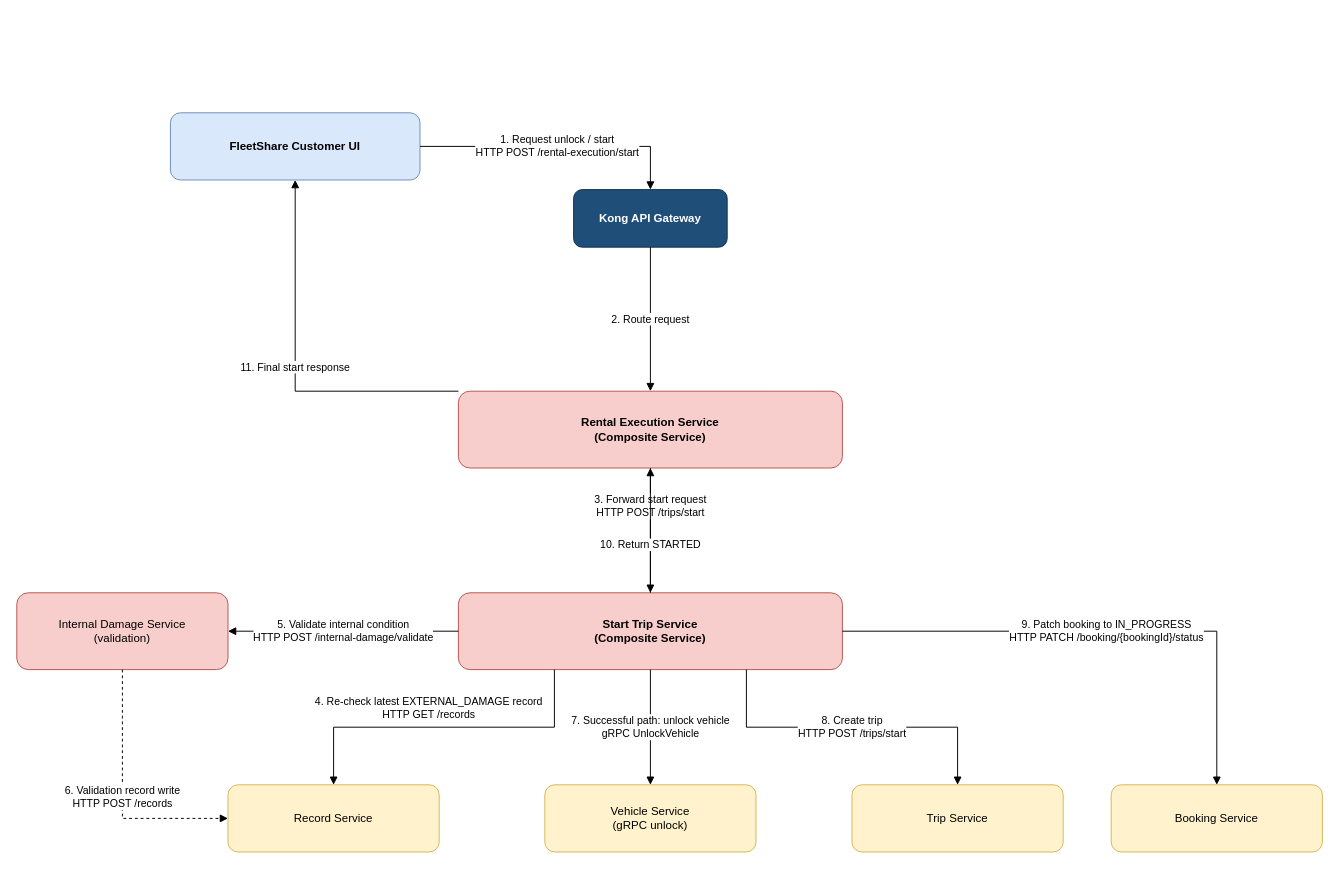
Earlier version of the draw.io diagram docs/report/us2b-start-trip.drawio (srikartejab/fleetshare). Source tidied: cells renumbered, new cells numbered last; positions are measured from the earlier drawing's top-left corner, leaving out a move shared by most shapes. Both pictures are drawn from the tidied source at 96%, with x=0, y=0 at pixel (16, 112).
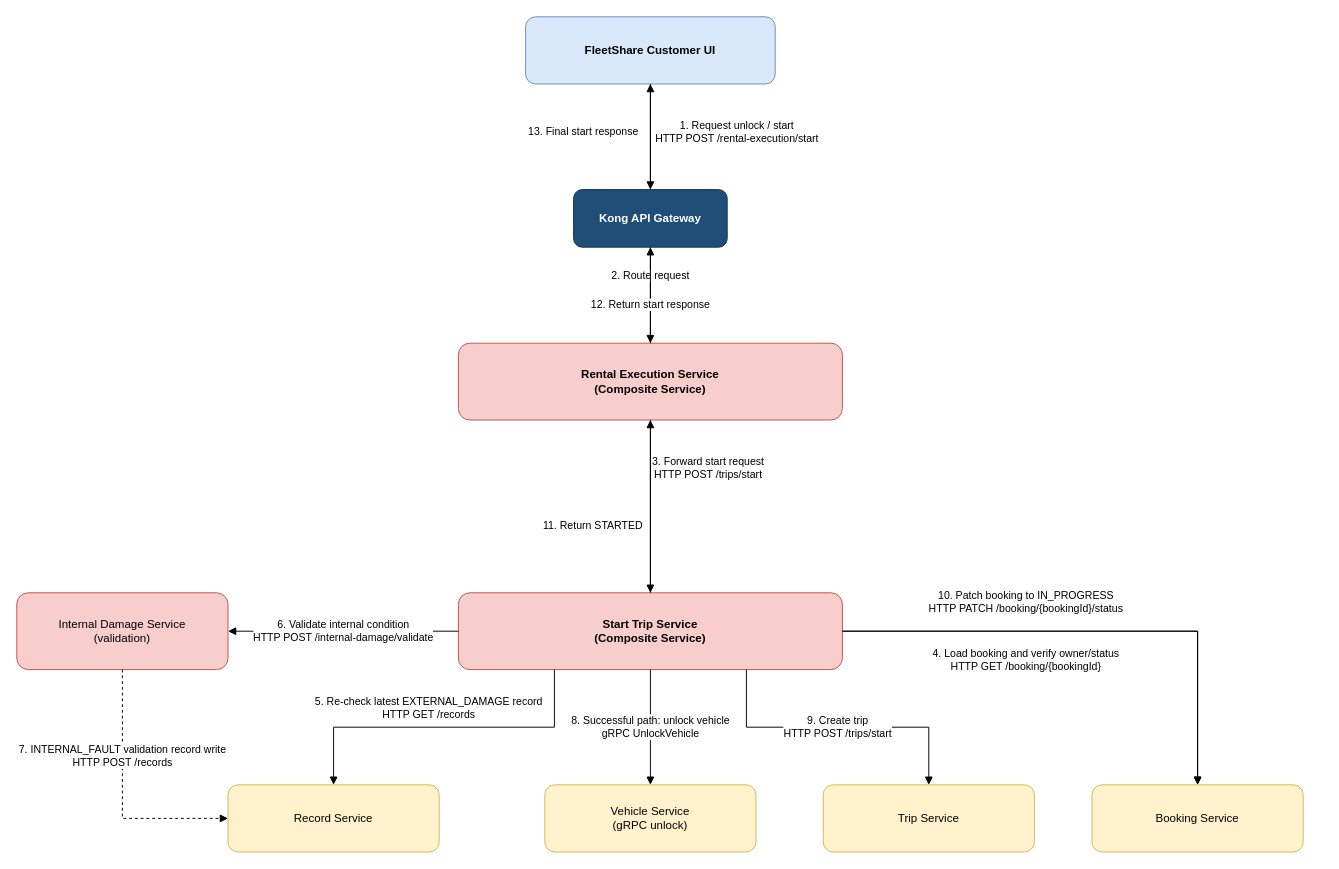
Above is the later version.

The change refers to these unchanged cells:
```xml
<mxCell id="3" value="Kong API Gateway" style="rounded=1;whiteSpace=wrap;html=1;fillColor=#1f4e79;strokeColor=#12344d;fontColor=#ffffff;fontStyle=1;" parent="1" vertex="1">
  <mxGeometry x="580" y="80" width="160" height="60" as="geometry" />
</mxCell>
<mxCell id="5" value="Start Trip Service&#10;(Composite Service)" style="rounded=1;whiteSpace=wrap;html=1;fillColor=#f8cecc;strokeColor=#b85450;fontStyle=1;" parent="1" vertex="1">
  <mxGeometry x="460" y="500" width="400" height="80" as="geometry" />
</mxCell>
<mxCell id="6" value="Record Service" style="rounded=1;whiteSpace=wrap;html=1;fillColor=#fff2cc;strokeColor=#d6b656;" parent="1" vertex="1">
  <mxGeometry x="220" y="700" width="220" height="70" as="geometry" />
</mxCell>
<mxCell id="7" value="Internal Damage Service&#10;(validation)" style="rounded=1;whiteSpace=wrap;html=1;fillColor=#f8cecc;strokeColor=#b85450;" parent="1" vertex="1">
  <mxGeometry y="500" width="220" height="80" as="geometry" />
</mxCell>
<mxCell id="8" value="Vehicle Service&#10;(gRPC unlock)" style="rounded=1;whiteSpace=wrap;html=1;fillColor=#fff2cc;strokeColor=#d6b656;" parent="1" vertex="1">
  <mxGeometry x="550" y="700" width="220" height="70" as="geometry" />
</mxCell>
```

The edit, as a diff of the source:
```diff
@@
     <mxCell id="2" value="FleetShare Customer UI" style="rounded=1;whiteSpace=wrap;html=1;fillColor=#dae8fc;strokeColor=#6c8ebf;fontStyle=1;" parent="1" vertex="1">
-      <mxGeometry x="160" width="260" height="70" as="geometry" />
+      <mxGeometry x="530" y="-100" width="260" height="70" as="geometry" />
     </mxCell>
@@
     <mxCell id="4" value="Rental Execution Service&#10;(Composite Service)" style="rounded=1;whiteSpace=wrap;html=1;fillColor=#f8cecc;strokeColor=#b85450;fontStyle=1;" parent="1" vertex="1">
-      <mxGeometry x="460" y="290" width="400" height="80" as="geometry" />
+      <mxGeometry x="460" y="240" width="400" height="80" as="geometry" />
     </mxCell>
@@
     <mxCell id="9" value="Trip Service" style="rounded=1;whiteSpace=wrap;html=1;fillColor=#fff2cc;strokeColor=#d6b656;" parent="1" vertex="1">
-      <mxGeometry x="870" y="700" width="220" height="70" as="geometry" />
+      <mxGeometry x="840" y="700" width="220" height="70" as="geometry" />
     </mxCell>
     <mxCell id="10" value="Booking Service" style="rounded=1;whiteSpace=wrap;html=1;fillColor=#fff2cc;strokeColor=#d6b656;" parent="1" vertex="1">
-      <mxGeometry x="1140" y="700" width="220" height="70" as="geometry" />
+      <mxGeometry x="1120" y="700" width="220" height="70" as="geometry" />
     </mxCell>
     <mxCell id="11" value="1. Request unlock / start&#10;HTTP POST /rental-execution/start" style="edgeStyle=orthogonalEdgeStyle;rounded=0;html=1;endArrow=block;endFill=1;" parent="1" edge="1" source="2" target="3">
-      <mxGeometry relative="1" as="geometry" />
+      <mxGeometry x="-0.09" y="90" relative="1" as="geometry" />
     </mxCell>
     <mxCell id="12" value="2. Route request" style="edgeStyle=orthogonalEdgeStyle;rounded=0;html=1;endArrow=block;endFill=1;" parent="1" edge="1" source="3" target="4">
-      <mxGeometry relative="1" as="geometry" />
+      <mxGeometry x="-0.4" relative="1" as="geometry" />
     </mxCell>
     <mxCell id="13" value="3. Forward start request&#10;HTTP POST /trips/start" style="edgeStyle=orthogonalEdgeStyle;rounded=0;html=1;endArrow=block;endFill=1;" parent="1" edge="1" source="4" target="5">
-      <mxGeometry x="-0.38" relative="1" as="geometry" />
+      <mxGeometry x="-0.44" y="60" relative="1" as="geometry" />
     </mxCell>
-    <mxCell id="14" value="4. Re-check latest EXTERNAL_DAMAGE record&#10;HTTP GET /records" style="edgeStyle=orthogonalEdgeStyle;rounded=0;html=1;endArrow=block;endFill=1;exitX=0.25;exitY=1;exitDx=0;exitDy=0;" parent="1" edge="1" source="5" target="6">
-      <mxGeometry x="0.09" y="-20" relative="1" as="geometry" />
+    <mxCell id="14" value="4. Load booking and verify owner/status&#10;HTTP GET /booking/{bookingId}" style="edgeStyle=orthogonalEdgeStyle;rounded=0;html=1;endArrow=block;endFill=1;exitX=1;exitY=0.5;exitDx=0;exitDy=0;" parent="1" edge="1" source="5" target="10">
+      <mxGeometry x="-0.28" y="-30" relative="1" as="geometry" />
     </mxCell>
-    <mxCell id="15" value="5. Validate internal condition&#10;HTTP POST /internal-damage/validate" style="edgeStyle=orthogonalEdgeStyle;rounded=0;html=1;endArrow=block;endFill=1;" parent="1" edge="1" source="5" target="7">
-      <mxGeometry relative="1" as="geometry" />
+    <mxCell id="15" value="5. Re-check latest EXTERNAL_DAMAGE record&#10;HTTP GET /records" style="edgeStyle=orthogonalEdgeStyle;rounded=0;html=1;endArrow=block;endFill=1;exitX=0.25;exitY=1;exitDx=0;exitDy=0;" parent="1" edge="1" source="5" target="6">
+      <mxGeometry x="0.09" y="-20" relative="1" as="geometry" />
     </mxCell>
-    <mxCell id="16" value="6. Validation record write&#10;HTTP POST /records" style="edgeStyle=orthogonalEdgeStyle;rounded=0;html=1;endArrow=block;endFill=1;dashed=1;entryX=0;entryY=0.5;entryDx=0;entryDy=0;" parent="1" edge="1" source="7" target="6">
+    <mxCell id="16" value="6. Validate internal condition&#10;HTTP POST /internal-damage/validate" style="edgeStyle=orthogonalEdgeStyle;rounded=0;html=1;endArrow=block;endFill=1;" parent="1" edge="1" source="5" target="7">
       <mxGeometry relative="1" as="geometry" />
     </mxCell>
-    <mxCell id="17" value="7. Successful path: unlock vehicle&#10;gRPC UnlockVehicle" style="edgeStyle=orthogonalEdgeStyle;rounded=0;html=1;endArrow=block;endFill=1;exitX=0.5;exitY=1;exitDx=0;exitDy=0;" parent="1" edge="1" source="5" target="8">
-      <mxGeometry relative="1" as="geometry" />
+    <mxCell id="17" value="7. INTERNAL_FAULT validation record write&#10;HTTP POST /records" style="edgeStyle=orthogonalEdgeStyle;rounded=0;html=1;endArrow=block;endFill=1;dashed=1;entryX=0;entryY=0.5;entryDx=0;entryDy=0;" parent="1" edge="1" source="7" target="6">
+      <mxGeometry x="-0.32" relative="1" as="geometry" />
     </mxCell>
-    <mxCell id="18" value="8. Create trip&#10;HTTP POST /trips/start" style="edgeStyle=orthogonalEdgeStyle;rounded=0;html=1;endArrow=block;endFill=1;exitX=0.75;exitY=1;exitDx=0;exitDy=0;" parent="1" edge="1" source="5" target="9">
+    <mxCell id="18" value="8. Successful path: unlock vehicle&#10;gRPC UnlockVehicle" style="edgeStyle=orthogonalEdgeStyle;rounded=0;html=1;endArrow=block;endFill=1;exitX=0.5;exitY=1;exitDx=0;exitDy=0;" parent="1" edge="1" source="5" target="8">
       <mxGeometry relative="1" as="geometry" />
     </mxCell>
-    <mxCell id="19" value="9. Patch booking to IN_PROGRESS&#10;HTTP PATCH /booking/{bookingId}/status" style="edgeStyle=orthogonalEdgeStyle;rounded=0;html=1;endArrow=block;endFill=1;" parent="1" edge="1" source="5" target="10">
+    <mxCell id="19" value="9. Create trip&#10;HTTP POST /trips/start" style="edgeStyle=orthogonalEdgeStyle;rounded=0;html=1;endArrow=block;endFill=1;exitX=0.75;exitY=1;exitDx=0;exitDy=0;" parent="1" edge="1" source="5" target="9">
       <mxGeometry relative="1" as="geometry" />
     </mxCell>
-    <mxCell id="20" value="10. Return STARTED" style="edgeStyle=orthogonalEdgeStyle;rounded=0;html=1;endArrow=block;endFill=1;" parent="1" edge="1" source="5" target="4">
-      <mxGeometry x="-0.23" relative="1" as="geometry" />
+    <mxCell id="20" value="10. Patch booking to IN_PROGRESS&#10;HTTP PATCH /booking/{bookingId}/status" style="edgeStyle=orthogonalEdgeStyle;rounded=0;html=1;endArrow=block;endFill=1;" parent="1" edge="1" source="5" target="10">
+      <mxGeometry x="-0.28" y="30" relative="1" as="geometry" />
     </mxCell>
-    <mxCell id="21" value="11. Final start response" style="edgeStyle=orthogonalEdgeStyle;rounded=0;html=1;endArrow=block;endFill=1;entryX=0.5;entryY=1;entryDx=0;entryDy=0;" parent="1" edge="1" source="4" target="2">
-      <mxGeometry relative="1" as="geometry">
-        <Array as="points">
-          <mxPoint x="660" y="290" />
-          <mxPoint x="430" y="290" />
-        </Array>
-      </mxGeometry>
+    <mxCell id="21" value="11. Return STARTED" style="edgeStyle=orthogonalEdgeStyle;rounded=0;html=1;endArrow=block;endFill=1;" parent="1" edge="1" source="5" target="4">
+      <mxGeometry x="-0.22" y="60" relative="1" as="geometry" />
     </mxCell>
+    <mxCell id="22" value="12. Return start response" style="edgeStyle=orthogonalEdgeStyle;rounded=0;html=1;endArrow=block;endFill=1;" parent="1" edge="1" source="4" target="3">
+      <mxGeometry x="-0.2" relative="1" as="geometry">
+        <Array as="points">
+          <mxPoint x="660" y="220" />
+        </Array>
+      </mxGeometry>
+    </mxCell>
+    <mxCell id="23" value="13. Final start response" style="edgeStyle=orthogonalEdgeStyle;rounded=0;html=1;endArrow=block;endFill=1;entryX=0.5;entryY=1;entryDx=0;entryDy=0;" parent="1" edge="1" source="3" target="2">
+      <mxGeometry x="0.09" y="70" relative="1" as="geometry">
+        <Array as="points">
+          <mxPoint x="660" />
+          <mxPoint x="660" />
+        </Array>
+      </mxGeometry>
+    </mxCell>
```
